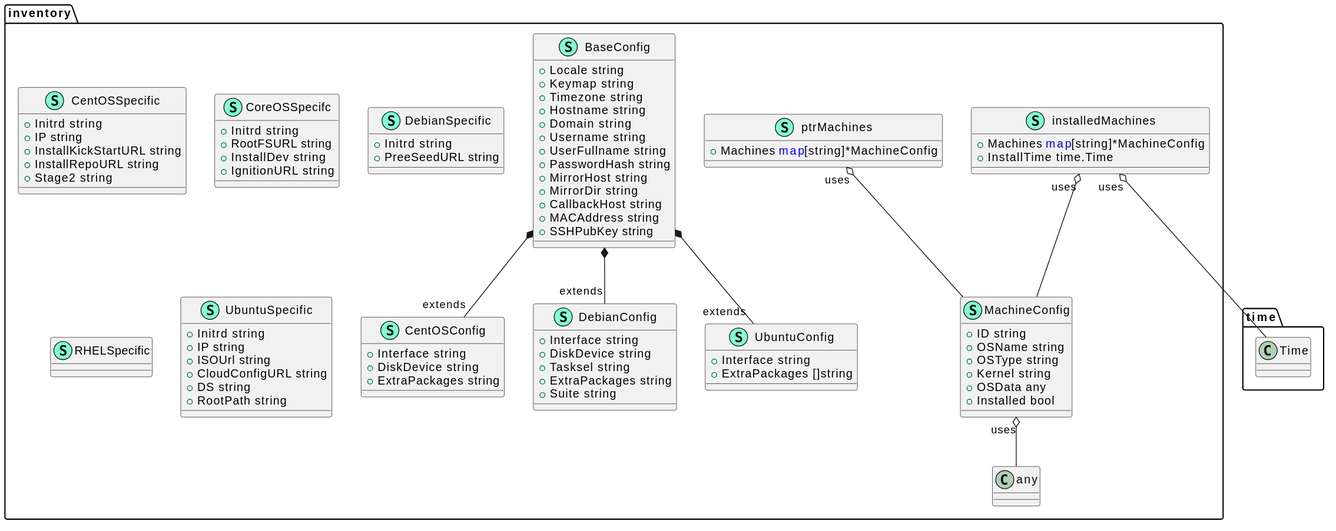
Earlier version of the PlantUML export docs/svg/inventory.svg (motangpuar/o2-ims-worker). Source of this version:
```plantuml
@startuml
top to bottom direction
namespace inventory {
    class "BaseConfig" << (S,Aquamarine) >> {
        + Locale string
        + Keymap string
        + Timezone string
        + Hostname string
        + Domain string
        + Username string
        + UserFullname string
        + PasswordHash string
        + MirrorHost string
        + MirrorDir string
        + CallbackHost string
        + MACAddress string
        + SSHPubKey string

    }
    class "CentOSConfig" << (S,Aquamarine) >> {
        + Interface string
        + DiskDevice string
        + ExtraPackages string

    }
    class "CentOSSpecific" << (S,Aquamarine) >> {
        + Initrd string
        + IP string
        + InstallKickStartURL string
        + InstallRepoURL string
        + Stage2 string

    }
    class "CoreOSSpecifc" << (S,Aquamarine) >> {
        + Initrd string
        + RootFSURL string
        + InstallDev string
        + IgnitionURL string

    }
    class "DebianConfig" << (S,Aquamarine) >> {
        + Interface string
        + DiskDevice string
        + Tasksel string
        + ExtraPackages string
        + Suite string

    }
    class "DebianSpecific" << (S,Aquamarine) >> {
        + Initrd string
        + PreeSeedURL string

    }
    class "MachineConfig" << (S,Aquamarine) >> {
        + ID string
        + OSName string
        + OSType string
        + Kernel string
        + OSData any
        + Installed bool

    }
    class "RHELSpecific" << (S,Aquamarine) >> {
    }
    class "UbuntuConfig" << (S,Aquamarine) >> {
        + Interface string
        + ExtraPackages []string

    }
    class "UbuntuSpecific" << (S,Aquamarine) >> {
        + Initrd string
        + IP string
        + ISOUrl string
        + CloudConfigURL string
        + DS string
        + RootPath string

    }
    class "installedMachines" << (S,Aquamarine) >> {
        + Machines <font color=blue>map</font>[string]*MachineConfig
        + InstallTime time.Time

    }
    class "ptrMachines" << (S,Aquamarine) >> {
        + Machines <font color=blue>map</font>[string]*MachineConfig

    }
}
"inventory.BaseConfig" *-- "extends""inventory.CentOSConfig"
"inventory.BaseConfig" *-- "extends""inventory.DebianConfig"
"inventory.BaseConfig" *-- "extends""inventory.UbuntuConfig"


"inventory.MachineConfig""uses" o-- "inventory.any"
"inventory.installedMachines""uses" o-- "inventory.MachineConfig"
"inventory.installedMachines""uses" o-- "time.Time"
"inventory.ptrMachines""uses" o-- "inventory.MachineConfig"
@enduml
```
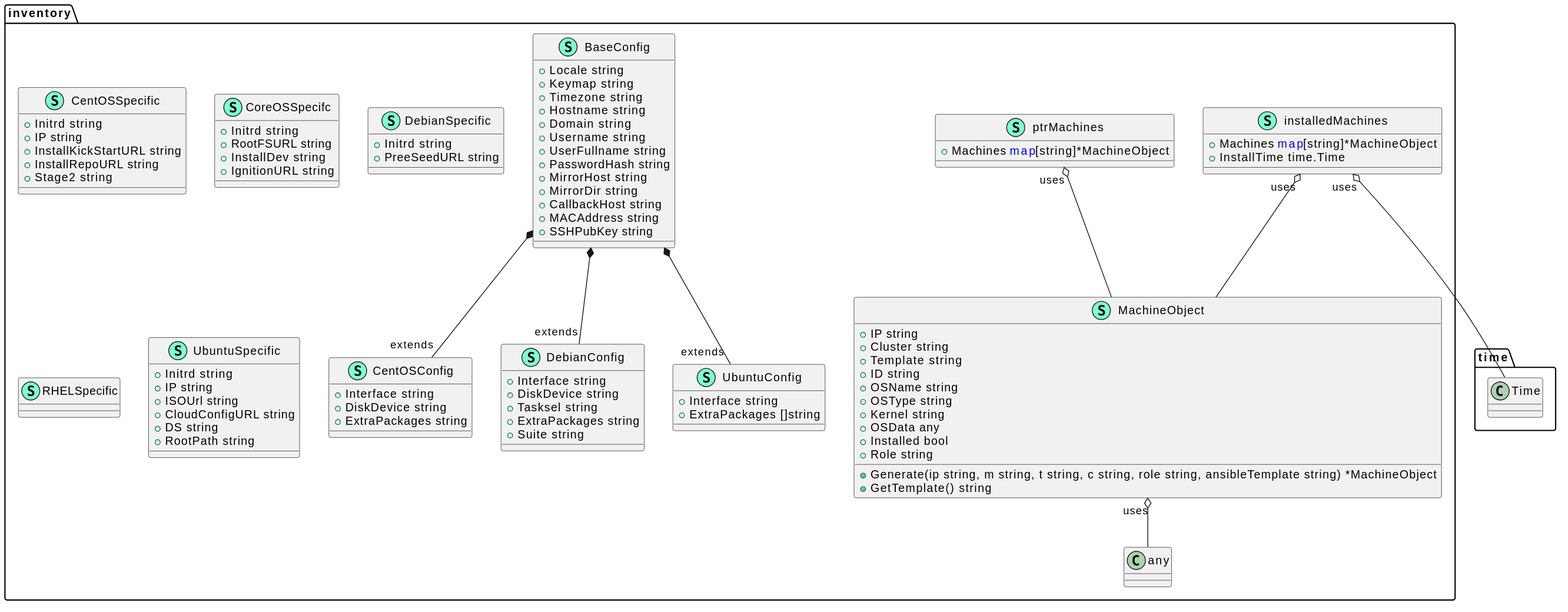
Later version of the same file.

Diff of the diagram source:
```diff
@@ -51,13 +51,20 @@
         + PreeSeedURL string
 
     }
-    class "MachineConfig" << (S,Aquamarine) >> {
+    class "MachineObject" << (S,Aquamarine) >> {
+        + IP string
+        + Cluster string
+        + Template string
         + ID string
         + OSName string
         + OSType string
         + Kernel string
         + OSData any
         + Installed bool
+        + Role string
+
+        + Generate(ip string, m string, t string, c string, role string, ansibleTemplate string) *MachineObject
+        + GetTemplate() string
 
     }
     class "RHELSpecific" << (S,Aquamarine) >> {
@@ -77,12 +84,12 @@
 
     }
     class "installedMachines" << (S,Aquamarine) >> {
-        + Machines <font color=blue>map</font>[string]*MachineConfig
+        + Machines <font color=blue>map</font>[string]*MachineObject
         + InstallTime time.Time
 
     }
     class "ptrMachines" << (S,Aquamarine) >> {
-        + Machines <font color=blue>map</font>[string]*MachineConfig
+        + Machines <font color=blue>map</font>[string]*MachineObject
 
     }
 }
@@ -91,8 +98,8 @@
 "inventory.BaseConfig" *-- "extends""inventory.UbuntuConfig"
 
 
-"inventory.MachineConfig""uses" o-- "inventory.any"
-"inventory.installedMachines""uses" o-- "inventory.MachineConfig"
+"inventory.MachineObject""uses" o-- "inventory.any"
+"inventory.installedMachines""uses" o-- "inventory.MachineObject"
 "inventory.installedMachines""uses" o-- "time.Time"
-"inventory.ptrMachines""uses" o-- "inventory.MachineConfig"
+"inventory.ptrMachines""uses" o-- "inventory.MachineObject"
 @enduml
```
